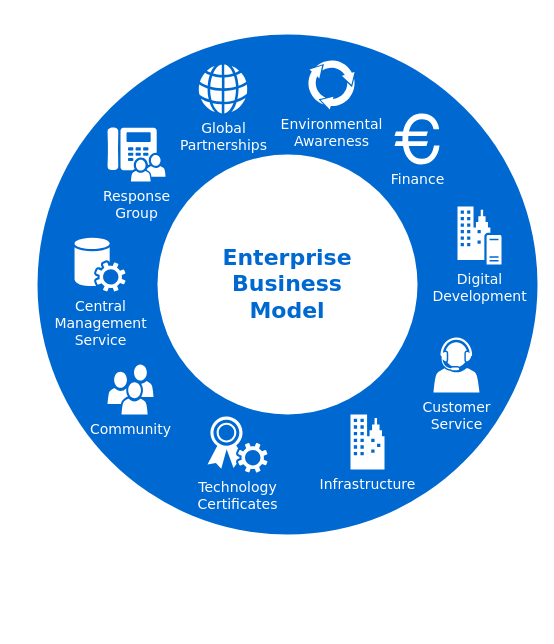
ronbesty/Ronak_Shah keeps this draw.io diagram as Untitled Diagram.drawio. Above is the earlier version. Source tidied: cells renumbered, new cells numbered last; positions are measured from the earlier drawing's top-left corner, leaving out a move shared by most shapes. Both pictures are drawn from the tidied source at 100%, with x=0, y=0 at pixel (37, 34).
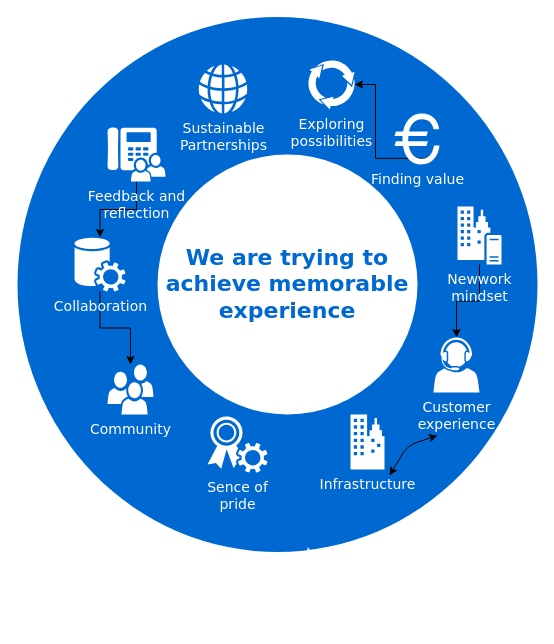
After the change.

The change refers to these unchanged cells:
```xml
<mxCell id="4" value="Community" style="shadow=0;dashed=0;html=1;strokeColor=none;fillColor=#ffffff;labelPosition=center;verticalLabelPosition=bottom;verticalAlign=top;shape=mxgraph.office.users.users;rounded=0;comic=0;fontFamily=Verdana;fontSize=14;fontColor=#FFFFFF;" parent="1" vertex="1">
  <mxGeometry x="70" y="330" width="46" height="50" as="geometry" />
</mxCell>
```

What changed in the source:
```diff
@@
     <mxCell id="2" style="ellipse;whiteSpace=wrap;html=1;rounded=0;shadow=0;comic=0;strokeWidth=1;fontFamily=Verdana;fontSize=14;strokeColor=none;fillColor=#0069D1;" parent="1" vertex="1">
-      <mxGeometry width="500" height="500" as="geometry" />
+      <mxGeometry x="-20" y="-17.5" width="520" height="535" as="geometry" />
     </mxCell>
-    <mxCell id="3" value="Enterprise&lt;div&gt;Business&lt;/div&gt;&lt;div&gt;Model&lt;/div&gt;" style="ellipse;whiteSpace=wrap;html=1;rounded=0;shadow=0;comic=0;strokeWidth=1;fontFamily=Verdana;fontSize=22;strokeColor=none;fillColor=#ffffff;fontColor=#0069D1;fontStyle=1;" parent="1" vertex="1">
+    <mxCell id="3" value="We are trying to achieve memorable experience " style="ellipse;whiteSpace=wrap;html=1;rounded=0;shadow=0;comic=0;strokeWidth=1;fontFamily=Verdana;fontSize=22;strokeColor=none;fillColor=#ffffff;fontColor=#0069D1;fontStyle=1;" parent="1" vertex="1">
       <mxGeometry x="120" y="120" width="260" height="260" as="geometry" />
     </mxCell>
@@
-    <mxCell id="5" value="Customer&lt;div&gt;Service&lt;/div&gt;" style="shadow=0;dashed=0;html=1;strokeColor=none;fillColor=#ffffff;labelPosition=center;verticalLabelPosition=bottom;verticalAlign=top;shape=mxgraph.office.users.call_center_agent;rounded=0;comic=0;fontFamily=Verdana;fontSize=14;fontColor=#FFFFFF;" parent="1" vertex="1">
+    <mxCell id="5" value="Customer&lt;div&gt;experience&lt;/div&gt;" style="shadow=0;dashed=0;html=1;strokeColor=none;fillColor=#ffffff;labelPosition=center;verticalLabelPosition=bottom;verticalAlign=top;shape=mxgraph.office.users.call_center_agent;rounded=0;comic=0;fontFamily=Verdana;fontSize=14;fontColor=#FFFFFF;" parent="1" vertex="1">
       <mxGeometry x="396" y="303" width="46" height="55" as="geometry" />
     </mxCell>
+    <mxCell id="14" style="edgeStyle=orthogonalEdgeStyle;rounded=0;jettySize=auto;html=1;" parent="1" edge="1" source="6" target="7">
+      <mxGeometry relative="1" as="geometry" />
+    </mxCell>
-    <mxCell id="6" value="Response&lt;div&gt;Group&lt;/div&gt;" style="shadow=0;dashed=0;html=1;strokeColor=none;fillColor=#ffffff;labelPosition=center;verticalLabelPosition=bottom;verticalAlign=top;shape=mxgraph.office.users.response_group;rounded=0;comic=0;fontFamily=Verdana;fontSize=14;fontColor=#FFFFFF;" parent="1" vertex="1">
+    <mxCell id="6" value="&lt;div&gt;Feedback and &lt;br&gt;&lt;/div&gt;&lt;div&gt;reflection&lt;/div&gt;" style="shadow=0;dashed=0;html=1;strokeColor=none;fillColor=#ffffff;labelPosition=center;verticalLabelPosition=bottom;verticalAlign=top;shape=mxgraph.office.users.response_group;rounded=0;comic=0;fontFamily=Verdana;fontSize=14;fontColor=#FFFFFF;" parent="1" vertex="1">
       <mxGeometry x="70" y="93" width="58" height="54" as="geometry" />
     </mxCell>
+    <mxCell id="15" style="edgeStyle=orthogonalEdgeStyle;rounded=0;jettySize=auto;html=1;" parent="1" edge="1" source="7" target="4">
+      <mxGeometry relative="1" as="geometry" />
+    </mxCell>
-    <mxCell id="7" value="Central&lt;div&gt;Management&lt;/div&gt;&lt;div&gt;Service&lt;/div&gt;" style="shadow=0;dashed=0;html=1;strokeColor=none;fillColor=#ffffff;labelPosition=center;verticalLabelPosition=bottom;verticalAlign=top;shape=mxgraph.office.services.central_management_service;rounded=0;comic=0;fontFamily=Verdana;fontSize=14;fontColor=#FFFFFF;" parent="1" vertex="1">
+    <mxCell id="7" value="Collaboration" style="shadow=0;dashed=0;html=1;strokeColor=none;fillColor=#ffffff;labelPosition=center;verticalLabelPosition=bottom;verticalAlign=top;shape=mxgraph.office.services.central_management_service;rounded=0;comic=0;fontFamily=Verdana;fontSize=14;fontColor=#FFFFFF;" parent="1" vertex="1">
       <mxGeometry x="37" y="203" width="51" height="54" as="geometry" />
     </mxCell>
+    <mxCell id="16" style="edgeStyle=orthogonalEdgeStyle;rounded=0;jettySize=auto;html=1;" parent="1" edge="1" source="8" target="5">
+      <mxGeometry relative="1" as="geometry" />
+    </mxCell>
-    <mxCell id="8" value="Digital&lt;div&gt;Development&lt;/div&gt;" style="shadow=0;dashed=0;html=1;strokeColor=none;fillColor=#ffffff;labelPosition=center;verticalLabelPosition=bottom;verticalAlign=top;shape=mxgraph.office.servers.on_premises_server;rounded=0;comic=0;fontFamily=Verdana;fontSize=14;fontColor=#FFFFFF;" parent="1" vertex="1">
+    <mxCell id="8" value="&lt;div&gt;Newwork &lt;br&gt;&lt;/div&gt;&lt;div&gt;mindset &lt;/div&gt;" style="shadow=0;dashed=0;html=1;strokeColor=none;fillColor=#ffffff;labelPosition=center;verticalLabelPosition=bottom;verticalAlign=top;shape=mxgraph.office.servers.on_premises_server;rounded=0;comic=0;fontFamily=Verdana;fontSize=14;fontColor=#FFFFFF;" parent="1" vertex="1">
       <mxGeometry x="420" y="172" width="44" height="58" as="geometry" />
     </mxCell>
-    <mxCell id="9" value="Technology&lt;div&gt;Certificates&lt;/div&gt;" style="shadow=0;dashed=0;html=1;strokeColor=none;fillColor=#ffffff;labelPosition=center;verticalLabelPosition=bottom;verticalAlign=top;shape=mxgraph.office.security.token_service;rounded=0;comic=0;fontFamily=Verdana;fontSize=14;fontColor=#FFFFFF;" parent="1" vertex="1">
+    <mxCell id="9" value="&lt;div&gt;Sence of &lt;br&gt;&lt;/div&gt;&lt;div&gt;pride&lt;br&gt;&lt;/div&gt;&lt;div&gt;&lt;br&gt;&lt;/div&gt;" style="shadow=0;dashed=0;html=1;strokeColor=none;fillColor=#ffffff;labelPosition=center;verticalLabelPosition=bottom;verticalAlign=top;shape=mxgraph.office.security.token_service;rounded=0;comic=0;fontFamily=Verdana;fontSize=14;fontColor=#FFFFFF;" parent="1" vertex="1">
       <mxGeometry x="170" y="382" width="60" height="56" as="geometry" />
     </mxCell>
@@
-    <mxCell id="11" value="Global&lt;div&gt;Partnerships&lt;/div&gt;" style="shadow=0;dashed=0;html=1;strokeColor=none;fillColor=#ffffff;labelPosition=center;verticalLabelPosition=bottom;verticalAlign=top;shape=mxgraph.office.concepts.globe_internet;rounded=0;comic=0;fontFamily=Verdana;fontSize=14;fontColor=#FFFFFF;" parent="1" vertex="1">
+    <mxCell id="11" value="Sustainable&lt;br&gt;&lt;div&gt;Partnerships&lt;/div&gt;" style="shadow=0;dashed=0;html=1;strokeColor=none;fillColor=#ffffff;labelPosition=center;verticalLabelPosition=bottom;verticalAlign=top;shape=mxgraph.office.concepts.globe_internet;rounded=0;comic=0;fontFamily=Verdana;fontSize=14;fontColor=#FFFFFF;" parent="1" vertex="1">
       <mxGeometry x="161" y="30" width="49" height="49" as="geometry" />
     </mxCell>
-    <mxCell id="12" value="Environmental&lt;div&gt;Awareness&lt;/div&gt;" style="shadow=0;dashed=0;html=1;strokeColor=none;shape=mxgraph.mscae.general.continuous_cycle;fillColor=#ffffff;rounded=0;comic=0;fontFamily=Verdana;fontSize=14;fontColor=#FFFFFF;verticalAlign=top;labelPosition=center;verticalLabelPosition=bottom;align=center;" parent="1" vertex="1">
+    <mxCell id="12" value="&lt;div&gt;Exploring &lt;br&gt;&lt;/div&gt;&lt;div&gt;possibilities&lt;br&gt;&lt;/div&gt;" style="shadow=0;dashed=0;html=1;strokeColor=none;shape=mxgraph.mscae.general.continuous_cycle;fillColor=#ffffff;rounded=0;comic=0;fontFamily=Verdana;fontSize=14;fontColor=#FFFFFF;verticalAlign=top;labelPosition=center;verticalLabelPosition=bottom;align=center;" parent="1" vertex="1">
       <mxGeometry x="270" y="25" width="48" height="50" as="geometry" />
     </mxCell>
+    <mxCell id="17" style="edgeStyle=orthogonalEdgeStyle;rounded=0;jettySize=auto;html=1;exitX=0.89;exitY=0.88;exitDx=0;exitDy=0;exitPerimeter=0;entryX=0.98;entryY=0.5;entryDx=0;entryDy=0;entryPerimeter=0;" parent="1" edge="1" source="13" target="12">
+      <mxGeometry relative="1" as="geometry">
+        <Array as="points">
+          <mxPoint x="338" y="124" />
+          <mxPoint x="338" y="50" />
+        </Array>
+      </mxGeometry>
+    </mxCell>
-    <mxCell id="13" value="Finance" style="shape=mxgraph.signs.travel.euro;html=1;fillColor=#ffffff;strokeColor=none;verticalLabelPosition=bottom;verticalAlign=top;align=center;rounded=0;shadow=0;dashed=0;comic=0;fontFamily=Verdana;fontSize=14;fontColor=#FFFFFF;" parent="1" vertex="1">
+    <mxCell id="13" value="Finding value " style="shape=mxgraph.signs.travel.euro;html=1;fillColor=#ffffff;strokeColor=none;verticalLabelPosition=bottom;verticalAlign=top;align=center;rounded=0;shadow=0;dashed=0;comic=0;fontFamily=Verdana;fontSize=14;fontColor=#FFFFFF;" parent="1" vertex="1">
       <mxGeometry x="357" y="79" width="45" height="51" as="geometry" />
     </mxCell>
+    <mxCell id="18" style="shape=tape;whiteSpace=wrap;html=1;rounded=0;shadow=0;dashed=0;fontFamily=Verdana;fontSize=14;fontColor=#FFFFFF;verticalAlign=top;strokeColor=none;comic=0;" parent="1" vertex="1">
+      <mxGeometry x="270" y="492.5" width="120" height="100" as="geometry" />
+    </mxCell>
+    <mxCell id="19" style="endArrow=classic;startArrow=classic;html=1;" parent="1" edge="1">
+      <mxGeometry relative="1" as="geometry">
+        <mxPoint x="352" y="441" as="sourcePoint" />
+        <mxPoint x="400" y="401" as="targetPoint" />
+        <Array as="points">
+          <mxPoint x="370" y="411" />
+        </Array>
+      </mxGeometry>
+    </mxCell>
```
